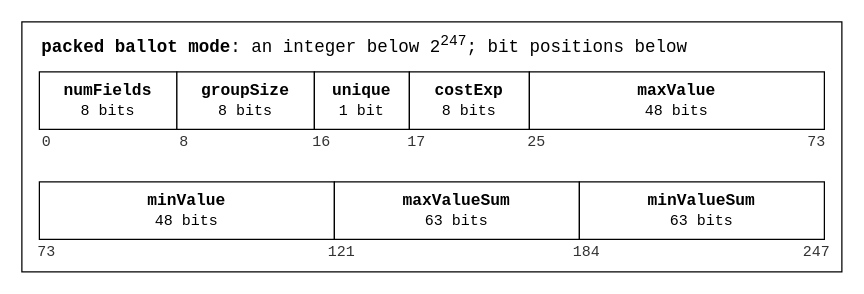
Earlier version of the draw.io diagram v2/figures/ballot-mode-packing.drawio (vocdoni/davinci-paper). Source tidied: cells renumbered, new cells numbered last; positions are measured from the earlier drawing's top-left corner, leaving out a move shared by most shapes. Both pictures are drawn from the tidied source at 125%, with x=0, y=0 at pixel (21, 21).
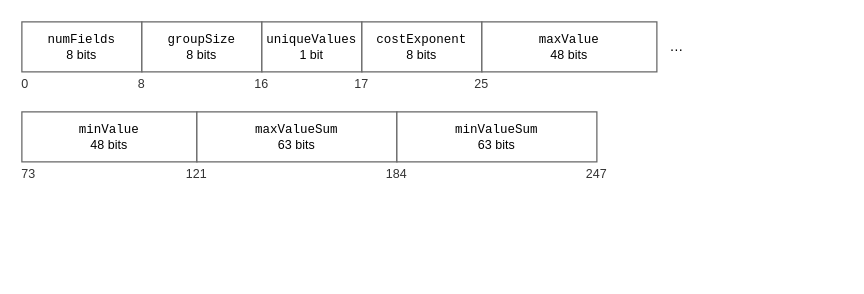
The same diagram, later.

Diff of the diagram source:
```diff
@@
-    <mxCell id="2" style="rounded=0;whiteSpace=wrap;html=1;fontSize=11;fillColor=none;strokeColor=#000000;fontFamily=Courier New;verticalAlign=top;align=center;spacingTop=4;spacingLeft=6;fontStyle=1;" parent="1" vertex="1">
-      <mxGeometry width="656" height="200" as="geometry" />
-    </mxCell>
-    <mxCell id="3" value="&lt;b&gt;packed ballot mode&lt;/b&gt;: an integer below 2&lt;sup&gt;247&lt;/sup&gt;; bit positions below" style="text;html=1;whiteSpace=wrap;fontSize=14;fontFamily=Courier New;align=left;verticalAlign=middle;fontColor=#000000;" parent="1" vertex="1">
-      <mxGeometry x="14" y="6" width="640" height="26" as="geometry" />
+    <mxCell id="3" value="&lt;font face=&quot;Courier New&quot;&gt;numFields&lt;/font&gt;&lt;br&gt;8 bits" style="rounded=0;whiteSpace=wrap;html=1;fontSize=10;fillColor=#ffffff;strokeColor=#666666;strokeWidth=1;fontFamily=Helvetica;align=center;verticalAlign=middle;spacingLeft=6;spacingRight=6;spacingTop=2;spacingBottom=2;" parent="1" vertex="1">
+      <mxGeometry width="96" height="40" as="geometry" />
     </mxCell>
-    <mxCell id="4" value="&lt;b&gt;numFields&lt;/b&gt;&lt;br&gt;&lt;font style='font-size:12px'&gt;8 bits&lt;/font&gt;" style="rounded=0;whiteSpace=wrap;html=1;fontSize=13;fillColor=#ffffff;strokeColor=#000000;fontFamily=Courier New;align=center;verticalAlign=middle;" parent="1" vertex="1">
-      <mxGeometry x="14" y="40" width="110" height="46" as="geometry" />
+    <mxCell id="4" value="0" style="text;html=1;whiteSpace=wrap;fontSize=10;fontFamily=Helvetica;align=left;verticalAlign=middle;fontColor=#333333;spacing=0;" parent="1" vertex="1">
+      <mxGeometry y="42" width="40" height="14" as="geometry" />
     </mxCell>
-    <mxCell id="5" value="0" style="text;html=1;whiteSpace=wrap;fontSize=12;fontFamily=Courier New;align=center;verticalAlign=middle;fontColor=#333333;" parent="1" vertex="1">
-      <mxGeometry y="88" width="40" height="18" as="geometry" />
+    <mxCell id="5" value="&lt;font face=&quot;Courier New&quot;&gt;groupSize&lt;/font&gt;&lt;br&gt;8 bits" style="rounded=0;whiteSpace=wrap;html=1;fontSize=10;fillColor=#ffffff;strokeColor=#666666;strokeWidth=1;fontFamily=Helvetica;align=center;verticalAlign=middle;spacingLeft=6;spacingRight=6;spacingTop=2;spacingBottom=2;" parent="1" vertex="1">
+      <mxGeometry x="96" width="96" height="40" as="geometry" />
     </mxCell>
-    <mxCell id="6" value="&lt;b&gt;groupSize&lt;/b&gt;&lt;br&gt;&lt;font style='font-size:12px'&gt;8 bits&lt;/font&gt;" style="rounded=0;whiteSpace=wrap;html=1;fontSize=13;fillColor=#ffffff;strokeColor=#000000;fontFamily=Courier New;align=center;verticalAlign=middle;" parent="1" vertex="1">
-      <mxGeometry x="124" y="40" width="110" height="46" as="geometry" />
+    <mxCell id="6" value="8" style="text;html=1;whiteSpace=wrap;fontSize=10;fontFamily=Helvetica;align=center;verticalAlign=middle;fontColor=#333333;spacing=0;" parent="1" vertex="1">
+      <mxGeometry x="76" y="42" width="40" height="14" as="geometry" />
     </mxCell>
-    <mxCell id="7" value="8" style="text;html=1;whiteSpace=wrap;fontSize=12;fontFamily=Courier New;align=center;verticalAlign=middle;fontColor=#333333;" parent="1" vertex="1">
-      <mxGeometry x="110" y="88" width="40" height="18" as="geometry" />
+    <mxCell id="7" value="&lt;font face=&quot;Courier New&quot;&gt;uniqueValues&lt;/font&gt;&lt;br&gt;1 bit" style="rounded=0;whiteSpace=wrap;html=1;fontSize=10;fillColor=#ffffff;strokeColor=#666666;strokeWidth=1;fontFamily=Helvetica;align=center;verticalAlign=middle;spacingLeft=6;spacingRight=6;spacingTop=2;spacingBottom=2;" parent="1" vertex="1">
+      <mxGeometry x="192" width="80" height="40" as="geometry" />
     </mxCell>
-    <mxCell id="8" value="&lt;b&gt;unique&lt;/b&gt;&lt;br&gt;&lt;font style='font-size:12px'&gt;1 bit&lt;/font&gt;" style="rounded=0;whiteSpace=wrap;html=1;fontSize=13;fillColor=#ffffff;strokeColor=#000000;fontFamily=Courier New;align=center;verticalAlign=middle;" parent="1" vertex="1">
-      <mxGeometry x="234" y="40" width="76" height="46" as="geometry" />
+    <mxCell id="8" value="16" style="text;html=1;whiteSpace=wrap;fontSize=10;fontFamily=Helvetica;align=center;verticalAlign=middle;fontColor=#333333;spacing=0;" parent="1" vertex="1">
+      <mxGeometry x="172" y="42" width="40" height="14" as="geometry" />
     </mxCell>
-    <mxCell id="9" value="16" style="text;html=1;whiteSpace=wrap;fontSize=12;fontFamily=Courier New;align=center;verticalAlign=middle;fontColor=#333333;" parent="1" vertex="1">
-      <mxGeometry x="220" y="88" width="40" height="18" as="geometry" />
+    <mxCell id="9" value="&lt;font face=&quot;Courier New&quot;&gt;costExponent&lt;/font&gt;&lt;br&gt;8 bits" style="rounded=0;whiteSpace=wrap;html=1;fontSize=10;fillColor=#ffffff;strokeColor=#666666;strokeWidth=1;fontFamily=Helvetica;align=center;verticalAlign=middle;spacingLeft=6;spacingRight=6;spacingTop=2;spacingBottom=2;" parent="1" vertex="1">
+      <mxGeometry x="272" width="96" height="40" as="geometry" />
     </mxCell>
-    <mxCell id="10" value="&lt;b&gt;costExp&lt;/b&gt;&lt;br&gt;&lt;font style='font-size:12px'&gt;8 bits&lt;/font&gt;" style="rounded=0;whiteSpace=wrap;html=1;fontSize=13;fillColor=#ffffff;strokeColor=#000000;fontFamily=Courier New;align=center;verticalAlign=middle;" parent="1" vertex="1">
-      <mxGeometry x="310" y="40" width="96" height="46" as="geometry" />
+    <mxCell id="10" value="17" style="text;html=1;whiteSpace=wrap;fontSize=10;fontFamily=Helvetica;align=center;verticalAlign=middle;fontColor=#333333;spacing=0;" parent="1" vertex="1">
+      <mxGeometry x="252" y="42" width="40" height="14" as="geometry" />
     </mxCell>
-    <mxCell id="11" value="17" style="text;html=1;whiteSpace=wrap;fontSize=12;fontFamily=Courier New;align=center;verticalAlign=middle;fontColor=#333333;" parent="1" vertex="1">
-      <mxGeometry x="296" y="88" width="40" height="18" as="geometry" />
+    <mxCell id="11" value="&lt;font face=&quot;Courier New&quot;&gt;maxValue&lt;/font&gt;&lt;br&gt;48 bits" style="rounded=0;whiteSpace=wrap;html=1;fontSize=10;fillColor=#ffffff;strokeColor=#666666;strokeWidth=1;fontFamily=Helvetica;align=center;verticalAlign=middle;spacingLeft=6;spacingRight=6;spacingTop=2;spacingBottom=2;" parent="1" vertex="1">
+      <mxGeometry x="368" width="140" height="40" as="geometry" />
     </mxCell>
-    <mxCell id="12" value="&lt;b&gt;maxValue&lt;/b&gt;&lt;br&gt;&lt;font style='font-size:12px'&gt;48 bits&lt;/font&gt;" style="rounded=0;whiteSpace=wrap;html=1;fontSize=13;fillColor=#ffffff;strokeColor=#000000;fontFamily=Courier New;align=center;verticalAlign=middle;" parent="1" vertex="1">
-      <mxGeometry x="406" y="40" width="236" height="46" as="geometry" />
+    <mxCell id="12" value="25" style="text;html=1;whiteSpace=wrap;fontSize=10;fontFamily=Helvetica;align=center;verticalAlign=middle;fontColor=#333333;spacing=0;" parent="1" vertex="1">
+      <mxGeometry x="348" y="42" width="40" height="14" as="geometry" />
     </mxCell>
-    <mxCell id="13" value="25" style="text;html=1;whiteSpace=wrap;fontSize=12;fontFamily=Courier New;align=center;verticalAlign=middle;fontColor=#333333;" parent="1" vertex="1">
-      <mxGeometry x="392" y="88" width="40" height="18" as="geometry" />
+    <mxCell id="13" value="&amp;hellip;" style="text;html=1;whiteSpace=wrap;fontSize=11;fontFamily=Helvetica;align=center;verticalAlign=middle;fontColor=#000000;spacing=0;" parent="1" vertex="1">
+      <mxGeometry x="512" width="24" height="40" as="geometry" />
     </mxCell>
-    <mxCell id="14" value="73" style="text;html=1;whiteSpace=wrap;fontSize=12;fontFamily=Courier New;align=center;verticalAlign=middle;fontColor=#333333;" parent="1" vertex="1">
-      <mxGeometry x="616" y="88" width="40" height="18" as="geometry" />
+    <mxCell id="14" value="&lt;font face=&quot;Courier New&quot;&gt;minValue&lt;/font&gt;&lt;br&gt;48 bits" style="rounded=0;whiteSpace=wrap;html=1;fontSize=10;fillColor=#ffffff;strokeColor=#666666;strokeWidth=1;fontFamily=Helvetica;align=center;verticalAlign=middle;spacingLeft=6;spacingRight=6;spacingTop=2;spacingBottom=2;" parent="1" vertex="1">
+      <mxGeometry y="72" width="140" height="40" as="geometry" />
     </mxCell>
-    <mxCell id="15" value="&lt;b&gt;minValue&lt;/b&gt;&lt;br&gt;&lt;font style='font-size:12px'&gt;48 bits&lt;/font&gt;" style="rounded=0;whiteSpace=wrap;html=1;fontSize=13;fillColor=#ffffff;strokeColor=#000000;fontFamily=Courier New;align=center;verticalAlign=middle;" parent="1" vertex="1">
-      <mxGeometry x="14" y="128" width="236" height="46" as="geometry" />
+    <mxCell id="15" value="73" style="text;html=1;whiteSpace=wrap;fontSize=10;fontFamily=Helvetica;align=left;verticalAlign=middle;fontColor=#333333;spacing=0;" parent="1" vertex="1">
+      <mxGeometry y="114" width="40" height="14" as="geometry" />
     </mxCell>
-    <mxCell id="16" value="73" style="text;html=1;whiteSpace=wrap;fontSize=12;fontFamily=Courier New;align=center;verticalAlign=middle;fontColor=#333333;" parent="1" vertex="1">
-      <mxGeometry y="176" width="40" height="18" as="geometry" />
+    <mxCell id="16" value="&lt;font face=&quot;Courier New&quot;&gt;maxValueSum&lt;/font&gt;&lt;br&gt;63 bits" style="rounded=0;whiteSpace=wrap;html=1;fontSize=10;fillColor=#ffffff;strokeColor=#666666;strokeWidth=1;fontFamily=Helvetica;align=center;verticalAlign=middle;spacingLeft=6;spacingRight=6;spacingTop=2;spacingBottom=2;" parent="1" vertex="1">
+      <mxGeometry x="140" y="72" width="160" height="40" as="geometry" />
     </mxCell>
-    <mxCell id="17" value="&lt;b&gt;maxValueSum&lt;/b&gt;&lt;br&gt;&lt;font style='font-size:12px'&gt;63 bits&lt;/font&gt;" style="rounded=0;whiteSpace=wrap;html=1;fontSize=13;fillColor=#ffffff;strokeColor=#000000;fontFamily=Courier New;align=center;verticalAlign=middle;" parent="1" vertex="1">
-      <mxGeometry x="250" y="128" width="196" height="46" as="geometry" />
+    <mxCell id="17" value="121" style="text;html=1;whiteSpace=wrap;fontSize=10;fontFamily=Helvetica;align=center;verticalAlign=middle;fontColor=#333333;spacing=0;" parent="1" vertex="1">
+      <mxGeometry x="120" y="114" width="40" height="14" as="geometry" />
     </mxCell>
-    <mxCell id="18" value="121" style="text;html=1;whiteSpace=wrap;fontSize=12;fontFamily=Courier New;align=center;verticalAlign=middle;fontColor=#333333;" parent="1" vertex="1">
-      <mxGeometry x="236" y="176" width="40" height="18" as="geometry" />
+    <mxCell id="18" value="&lt;font face=&quot;Courier New&quot;&gt;minValueSum&lt;/font&gt;&lt;br&gt;63 bits" style="rounded=0;whiteSpace=wrap;html=1;fontSize=10;fillColor=#ffffff;strokeColor=#666666;strokeWidth=1;fontFamily=Helvetica;align=center;verticalAlign=middle;spacingLeft=6;spacingRight=6;spacingTop=2;spacingBottom=2;" parent="1" vertex="1">
+      <mxGeometry x="300" y="72" width="160" height="40" as="geometry" />
     </mxCell>
-    <mxCell id="19" value="&lt;b&gt;minValueSum&lt;/b&gt;&lt;br&gt;&lt;font style='font-size:12px'&gt;63 bits&lt;/font&gt;" style="rounded=0;whiteSpace=wrap;html=1;fontSize=13;fillColor=#ffffff;strokeColor=#000000;fontFamily=Courier New;align=center;verticalAlign=middle;" parent="1" vertex="1">
-      <mxGeometry x="446" y="128" width="196" height="46" as="geometry" />
+    <mxCell id="19" value="184" style="text;html=1;whiteSpace=wrap;fontSize=10;fontFamily=Helvetica;align=center;verticalAlign=middle;fontColor=#333333;spacing=0;" parent="1" vertex="1">
+      <mxGeometry x="280" y="114" width="40" height="14" as="geometry" />
     </mxCell>
-    <mxCell id="20" value="184" style="text;html=1;whiteSpace=wrap;fontSize=12;fontFamily=Courier New;align=center;verticalAlign=middle;fontColor=#333333;" parent="1" vertex="1">
-      <mxGeometry x="432" y="176" width="40" height="18" as="geometry" />
+    <mxCell id="20" value="247" style="text;html=1;whiteSpace=wrap;fontSize=10;fontFamily=Helvetica;align=center;verticalAlign=middle;fontColor=#333333;spacing=0;" parent="1" vertex="1">
+      <mxGeometry x="440" y="114" width="40" height="14" as="geometry" />
     </mxCell>
-    <mxCell id="21" value="247" style="text;html=1;whiteSpace=wrap;fontSize=12;fontFamily=Courier New;align=center;verticalAlign=middle;fontColor=#333333;" parent="1" vertex="1">
-      <mxGeometry x="616" y="176" width="40" height="18" as="geometry" />
-    </mxCell>
```
